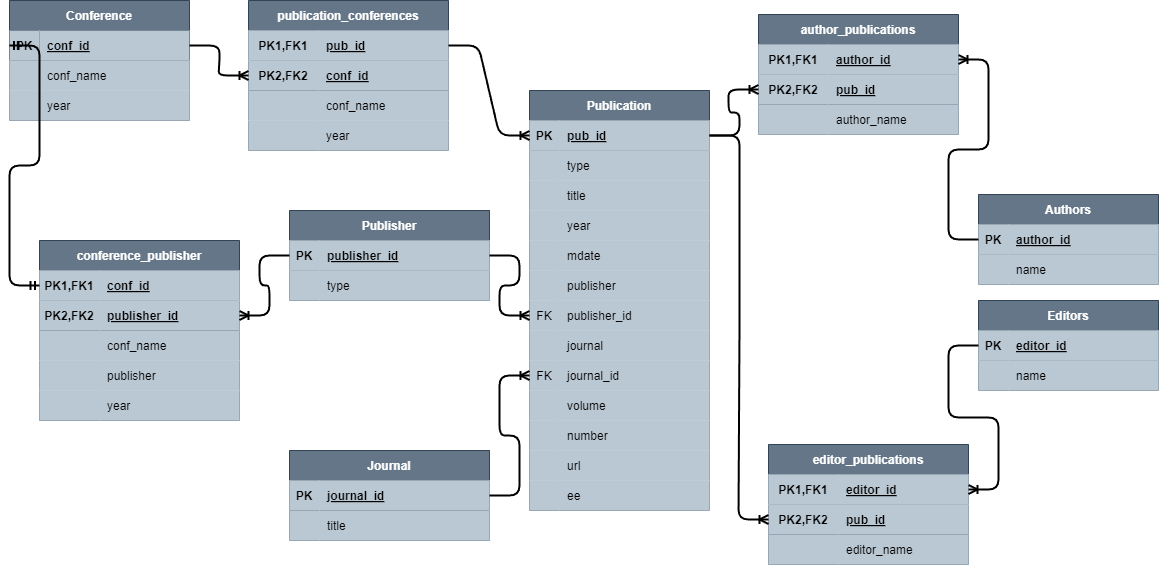
The draw.io diagram fig/ERD.png in HoweChen0517/ntu_sd6103_data_systems_team_project, before a commit. Source tidied: cells renumbered, new cells last; positions are measured from the earlier drawing's top-left corner, leaving out a move shared by most shapes.
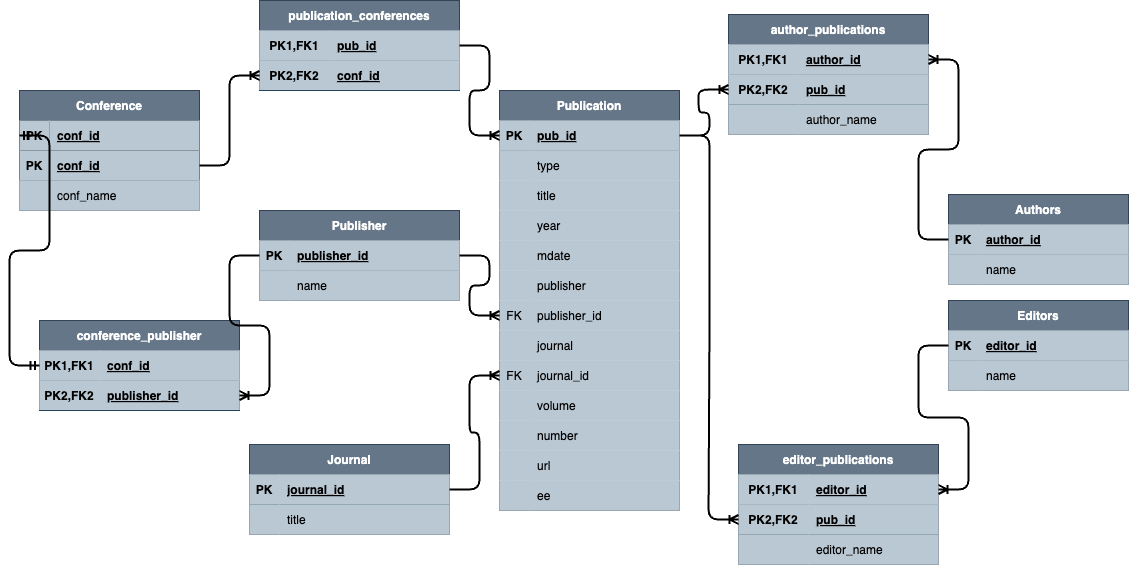
Above is the later version.

Change to the diagram source:
```diff
@@ -140,11 +140,11 @@
     <mxCell id="47" style="shape=partialRectangle;fillColor=#bac8d3;top=0;left=0;bottom=0;right=0;overflow=hidden;strokeColor=#23445d;fontColor=#000000;" parent="46" vertex="1">
       <mxGeometry width="30" height="30" as="geometry" />
     </mxCell>
-    <mxCell id="48" value="type" style="shape=partialRectangle;fillColor=#bac8d3;top=0;left=0;bottom=0;right=0;align=left;spacingLeft=6;overflow=hidden;strokeColor=#23445d;fontColor=#000000;" parent="46" vertex="1">
+    <mxCell id="48" value="name" style="shape=partialRectangle;fillColor=#bac8d3;top=0;left=0;bottom=0;right=0;align=left;spacingLeft=6;overflow=hidden;strokeColor=#23445d;fontColor=#000000;" parent="46" vertex="1">
       <mxGeometry x="30" width="170" height="30" as="geometry" />
     </mxCell>
     <mxCell id="49" value="Journal" style="shape=table;startSize=30;rowLines=0;fontStyle=1;align=center;fillColor=#647687;fontColor=#ffffff;strokeColor=#314354;" parent="1" vertex="1">
-      <mxGeometry x="280" y="450" width="200" height="90" as="geometry" />
+      <mxGeometry x="270" y="444" width="200" height="90" as="geometry" />
     </mxCell>
     <mxCell id="50" style="shape=tableRow;horizontal=0;startSize=0;swimlaneHead=0;swimlaneBody=0;fillColor=#bac8d3;points=[[0,0.5],[1,0.5]];portConstraint=eastwest;top=0;left=0;right=0;bottom=0;strokeColor=#23445d;fontColor=#000000;" parent="49" vertex="1">
       <mxGeometry y="30" width="200" height="30" as="geometry" />
@@ -168,10 +168,19 @@
       <mxGeometry relative="1" as="geometry" />
     </mxCell>
     <mxCell id="57" value="Conference" style="shape=table;startSize=30;rowLines=0;fontStyle=1;align=center;fillColor=#647687;fontColor=#ffffff;strokeColor=#314354;" parent="1" vertex="1">
-      <mxGeometry width="180" height="120" as="geometry" />
+      <mxGeometry x="40" y="90" width="180" height="120" as="geometry" />
     </mxCell>
+    <mxCell id="139" style="shape=tableRow;horizontal=0;startSize=0;swimlaneHead=0;swimlaneBody=0;fillColor=none;points=[[0,0.5],[1,0.5]];portConstraint=eastwest;top=0;left=0;right=0;bottom=1;strokeColor=#000000;fontColor=#000000;" parent="57" vertex="1">
+      <mxGeometry y="30" width="180" height="30" as="geometry" />
+    </mxCell>
+    <mxCell id="140" value="PK" style="shape=partialRectangle;fillColor=#bac8d3;top=0;left=0;bottom=0;right=0;fontStyle=1;overflow=hidden;strokeColor=#000000;fontColor=#000000;" parent="139" vertex="1">
+      <mxGeometry width="30" height="30" as="geometry" />
+    </mxCell>
+    <mxCell id="141" value="conf_id" style="shape=partialRectangle;fillColor=#bac8d3;top=0;left=0;bottom=0;right=0;align=left;spacingLeft=6;fontStyle=5;overflow=hidden;strokeColor=#000000;fontColor=#000000;" parent="139" vertex="1">
+      <mxGeometry x="30" width="150" height="30" as="geometry" />
+    </mxCell>
     <mxCell id="58" style="shape=tableRow;horizontal=0;startSize=0;swimlaneHead=0;swimlaneBody=0;fillColor=none;points=[[0,0.5],[1,0.5]];portConstraint=eastwest;top=0;left=0;right=0;bottom=1;strokeColor=#000000;fontColor=#000000;" parent="57" vertex="1">
-      <mxGeometry y="30" width="180" height="30" as="geometry" />
+      <mxGeometry y="60" width="180" height="30" as="geometry" />
     </mxCell>
     <mxCell id="59" value="PK" style="shape=partialRectangle;fillColor=#bac8d3;top=0;left=0;bottom=0;right=0;fontStyle=1;overflow=hidden;strokeColor=#000000;fontColor=#000000;" parent="58" vertex="1">
       <mxGeometry width="30" height="30" as="geometry" />
@@ -180,7 +189,7 @@
       <mxGeometry x="30" width="150" height="30" as="geometry" />
     </mxCell>
     <mxCell id="61" style="shape=tableRow;horizontal=0;startSize=0;swimlaneHead=0;swimlaneBody=0;fillColor=#bac8d3;top=0;left=0;right=0;bottom=0;strokeColor=#000000;fontColor=#000000;" parent="57" vertex="1">
-      <mxGeometry y="60" width="180" height="30" as="geometry" />
+      <mxGeometry y="90" width="180" height="30" as="geometry" />
     </mxCell>
     <mxCell id="62" style="shape=partialRectangle;fillColor=#bac8d3;top=0;left=0;bottom=0;right=0;overflow=hidden;strokeColor=#000000;fontColor=#000000;" parent="61" vertex="1">
       <mxGeometry width="30" height="30" as="geometry" />
@@ -188,17 +197,8 @@
     <mxCell id="63" value="conf_name" style="shape=partialRectangle;fillColor=#bac8d3;top=0;left=0;bottom=0;right=0;align=left;spacingLeft=6;overflow=hidden;strokeColor=#000000;fontColor=#000000;" parent="61" vertex="1">
       <mxGeometry x="30" width="150" height="30" as="geometry" />
     </mxCell>
-    <mxCell id="64" style="shape=tableRow;horizontal=0;startSize=0;swimlaneHead=0;swimlaneBody=0;fillColor=#bac8d3;top=0;left=0;right=0;bottom=0;strokeColor=#000000;fontColor=#000000;" parent="57" vertex="1">
-      <mxGeometry y="90" width="180" height="30" as="geometry" />
-    </mxCell>
-    <mxCell id="65" style="shape=partialRectangle;fillColor=#bac8d3;top=0;left=0;bottom=0;right=0;overflow=hidden;strokeColor=#000000;fontColor=#000000;" parent="64" vertex="1">
-      <mxGeometry width="30" height="30" as="geometry" />
-    </mxCell>
-    <mxCell id="66" value="year" style="shape=partialRectangle;fillColor=#bac8d3;top=0;left=0;bottom=0;right=0;align=left;spacingLeft=6;overflow=hidden;strokeColor=#000000;fontColor=#000000;" parent="64" vertex="1">
-      <mxGeometry x="30" width="150" height="30" as="geometry" />
-    </mxCell>
     <mxCell id="67" value="publication_conferences" style="shape=table;startSize=30;rowLines=0;fontStyle=1;align=center;fillColor=#647687;fontColor=#ffffff;strokeColor=#314354;" parent="1" vertex="1">
-      <mxGeometry x="239" width="200" height="150" as="geometry" />
+      <mxGeometry x="280" width="200" height="90" as="geometry" />
     </mxCell>
     <mxCell id="68" style="shape=tableRow;horizontal=0;startSize=0;swimlaneHead=0;swimlaneBody=0;fillColor=#bac8d3;points=[[0,0.5],[1,0.5]];portConstraint=eastwest;top=0;left=0;right=0;bottom=1;strokeColor=#23445d;fontColor=#000000;" parent="67" vertex="1">
       <mxGeometry y="30" width="200" height="30" as="geometry" />
@@ -218,24 +218,6 @@
     <mxCell id="73" value="conf_id" style="shape=partialRectangle;fillColor=#bac8d3;top=0;left=0;bottom=1;right=0;align=left;spacingLeft=6;overflow=hidden;fontStyle=5;strokeColor=#23445d;fontColor=#000000;" parent="71" vertex="1">
       <mxGeometry x="70" width="130" height="30" as="geometry" />
     </mxCell>
-    <mxCell id="74" style="shape=tableRow;horizontal=0;startSize=0;swimlaneHead=0;swimlaneBody=0;fillColor=#bac8d3;top=0;left=0;right=0;bottom=0;strokeColor=#23445d;fontColor=#000000;" parent="67" vertex="1">
-      <mxGeometry y="90" width="200" height="30" as="geometry" />
-    </mxCell>
-    <mxCell id="75" style="shape=partialRectangle;fillColor=#bac8d3;top=0;left=0;bottom=0;right=0;overflow=hidden;strokeColor=#23445d;fontColor=#000000;" parent="74" vertex="1">
-      <mxGeometry width="70" height="30" as="geometry" />
-    </mxCell>
-    <mxCell id="76" value="conf_name" style="shape=partialRectangle;fillColor=#bac8d3;top=0;left=0;bottom=0;right=0;align=left;spacingLeft=6;overflow=hidden;strokeColor=#23445d;fontColor=#000000;" parent="74" vertex="1">
-      <mxGeometry x="70" width="130" height="30" as="geometry" />
-    </mxCell>
-    <mxCell id="77" style="shape=tableRow;horizontal=0;startSize=0;swimlaneHead=0;swimlaneBody=0;fillColor=#bac8d3;top=0;left=0;right=0;bottom=0;strokeColor=#23445d;fontColor=#000000;" parent="67" vertex="1">
-      <mxGeometry y="120" width="200" height="30" as="geometry" />
-    </mxCell>
-    <mxCell id="78" style="shape=partialRectangle;fillColor=#bac8d3;top=0;left=0;bottom=0;right=0;overflow=hidden;strokeColor=#23445d;fontColor=#000000;" parent="77" vertex="1">
-      <mxGeometry width="70" height="30" as="geometry" />
-    </mxCell>
-    <mxCell id="79" value="year" style="shape=partialRectangle;fillColor=#bac8d3;top=0;left=0;bottom=0;right=0;align=left;spacingLeft=6;overflow=hidden;strokeColor=#23445d;fontColor=#000000;" parent="77" vertex="1">
-      <mxGeometry x="70" width="130" height="30" as="geometry" />
-    </mxCell>
     <mxCell id="80" style="edgeStyle=entityRelationEdgeStyle;fontSize=12;html=1;endArrow=ERoneToMany;exitX=1;exitY=0.5;exitDx=0;exitDy=0;entryX=0;entryY=0.5;entryDx=0;entryDy=0;strokeColor=#000000;strokeWidth=2;" parent="1" edge="1" source="58" target="71">
       <mxGeometry relative="1" as="geometry" />
     </mxCell>
@@ -357,7 +339,7 @@
       <mxGeometry relative="1" as="geometry" />
     </mxCell>
     <mxCell id="120" value="conference_publisher" style="shape=table;startSize=30;rowLines=0;fontStyle=1;align=center;fillColor=#647687;fontColor=#ffffff;strokeColor=#314354;" parent="1" vertex="1">
-      <mxGeometry x="30" y="240" width="200" height="180" as="geometry" />
+      <mxGeometry x="60" y="320" width="200" height="90" as="geometry" />
     </mxCell>
     <mxCell id="121" style="shape=tableRow;horizontal=0;startSize=0;swimlaneHead=0;swimlaneBody=0;fillColor=#bac8d3;points=[[0,0.5],[1,0.5]];portConstraint=eastwest;top=0;left=0;right=0;bottom=1;strokeColor=#23445d;fontColor=#000000;" parent="120" vertex="1">
       <mxGeometry y="30" width="200" height="30" as="geometry" />
@@ -377,34 +359,7 @@
     <mxCell id="126" value="publisher_id" style="shape=partialRectangle;fillColor=#bac8d3;top=0;left=0;bottom=1;right=0;align=left;spacingLeft=6;overflow=hidden;fontStyle=5;strokeColor=#23445d;fontColor=#000000;" parent="124" vertex="1">
       <mxGeometry x="60" width="140" height="30" as="geometry" />
     </mxCell>
-    <mxCell id="127" style="shape=tableRow;horizontal=0;startSize=0;swimlaneHead=0;swimlaneBody=0;fillColor=#bac8d3;top=0;left=0;right=0;bottom=0;strokeColor=#23445d;fontColor=#000000;" parent="120" vertex="1">
-      <mxGeometry y="90" width="200" height="30" as="geometry" />
-    </mxCell>
-    <mxCell id="128" style="shape=partialRectangle;fillColor=#bac8d3;top=0;left=0;bottom=0;right=0;overflow=hidden;strokeColor=#23445d;fontColor=#000000;" parent="127" vertex="1">
-      <mxGeometry width="60" height="30" as="geometry" />
-    </mxCell>
-    <mxCell id="129" value="conf_name" style="shape=partialRectangle;fillColor=#bac8d3;top=0;left=0;bottom=0;right=0;align=left;spacingLeft=6;overflow=hidden;strokeColor=#23445d;fontColor=#000000;" parent="127" vertex="1">
-      <mxGeometry x="60" width="140" height="30" as="geometry" />
-    </mxCell>
-    <mxCell id="130" style="shape=tableRow;horizontal=0;startSize=0;swimlaneHead=0;swimlaneBody=0;fillColor=#bac8d3;top=0;left=0;right=0;bottom=0;strokeColor=#23445d;fontColor=#000000;" parent="120" vertex="1">
-      <mxGeometry y="120" width="200" height="30" as="geometry" />
-    </mxCell>
-    <mxCell id="131" style="shape=partialRectangle;fillColor=#bac8d3;top=0;left=0;bottom=0;right=0;overflow=hidden;strokeColor=#23445d;fontColor=#000000;" parent="130" vertex="1">
-      <mxGeometry width="60" height="30" as="geometry" />
-    </mxCell>
-    <mxCell id="132" value="publisher" style="shape=partialRectangle;fillColor=#bac8d3;top=0;left=0;bottom=0;right=0;align=left;spacingLeft=6;overflow=hidden;strokeColor=#23445d;fontColor=#000000;" parent="130" vertex="1">
-      <mxGeometry x="60" width="140" height="30" as="geometry" />
-    </mxCell>
-    <mxCell id="133" style="shape=tableRow;horizontal=0;startSize=0;swimlaneHead=0;swimlaneBody=0;fillColor=#bac8d3;top=0;left=0;right=0;bottom=0;strokeColor=#23445d;fontColor=#000000;" parent="120" vertex="1">
-      <mxGeometry y="150" width="200" height="30" as="geometry" />
-    </mxCell>
-    <mxCell id="134" style="shape=partialRectangle;fillColor=#bac8d3;top=0;left=0;bottom=0;right=0;overflow=hidden;strokeColor=#23445d;fontColor=#000000;" parent="133" vertex="1">
-      <mxGeometry width="60" height="30" as="geometry" />
-    </mxCell>
-    <mxCell id="135" value="year" style="shape=partialRectangle;fillColor=#bac8d3;top=0;left=0;bottom=0;right=0;align=left;spacingLeft=6;overflow=hidden;strokeColor=#23445d;fontColor=#000000;" parent="133" vertex="1">
-      <mxGeometry x="60" width="140" height="30" as="geometry" />
-    </mxCell>
-    <mxCell id="136" style="edgeStyle=entityRelationEdgeStyle;fontSize=12;html=1;endArrow=ERmandOne;startArrow=ERmandOne;entryX=0;entryY=0.5;entryDx=0;entryDy=0;exitX=0;exitY=0.5;exitDx=0;exitDy=0;strokeColor=#000000;strokeWidth=2;" parent="1" edge="1" source="121" target="58">
+    <mxCell id="136" style="edgeStyle=entityRelationEdgeStyle;fontSize=12;html=1;endArrow=ERmandOne;startArrow=ERmandOne;exitX=0;exitY=0.5;exitDx=0;exitDy=0;strokeColor=#000000;strokeWidth=2;entryX=0;entryY=0.5;entryDx=0;entryDy=0;" parent="1" edge="1" source="121" target="139">
       <mxGeometry relative="1" as="geometry" />
     </mxCell>
     <mxCell id="137" style="edgeStyle=entityRelationEdgeStyle;fontSize=12;html=1;endArrow=ERoneToMany;exitX=0;exitY=0.5;exitDx=0;exitDy=0;entryX=1;entryY=0.5;entryDx=0;entryDy=0;strokeColor=#000000;strokeWidth=2;" parent="1" edge="1" source="43" target="124">
```
